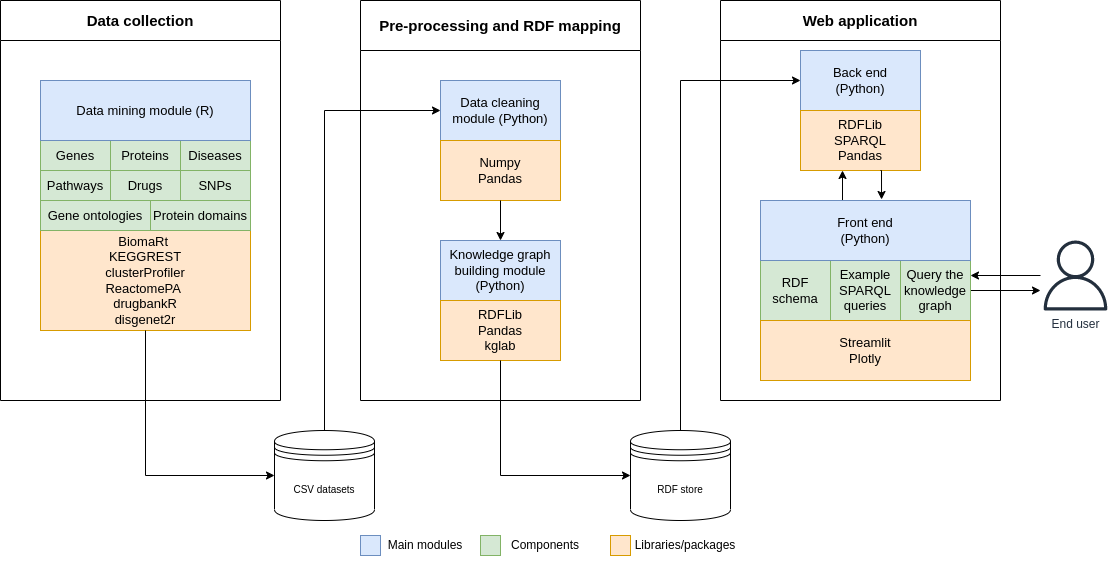
The draw.io diagram img/Architecture_NTDs2RDF.png in sayalaruano/NTDs2RDF, before a commit. Source tidied: cells renumbered, new cells last; positions are measured from the earlier drawing's top-left corner, leaving out a move shared by most shapes.
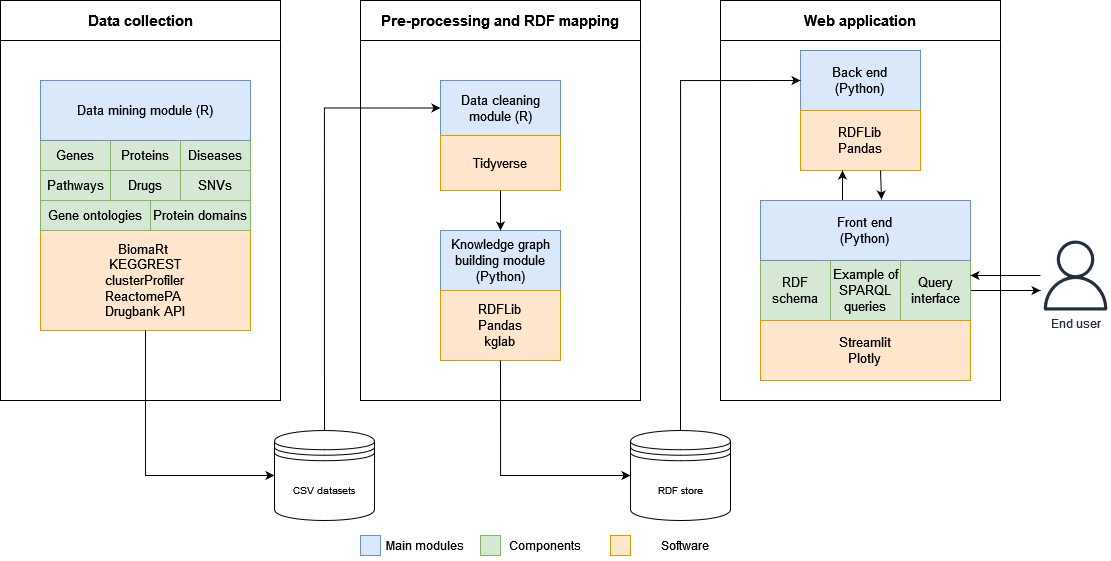
Later version of the same file.

Diff of the diagram source:
```diff
@@ -11,7 +11,7 @@
     <mxCell id="4" value="&lt;font style=&quot;font-size: 15px;&quot;&gt;Data collection&lt;/font&gt;" style="swimlane;whiteSpace=wrap;html=1;startSize=40;" parent="1" vertex="1">
       <mxGeometry width="280" height="400" as="geometry" />
     </mxCell>
-    <mxCell id="5" value="&lt;div style=&quot;font-size: 13px;&quot;&gt;BiomaRt&amp;nbsp;&lt;/div&gt;&lt;div style=&quot;font-size: 13px;&quot;&gt;KEGGREST&lt;/div&gt;&lt;div style=&quot;&quot;&gt;clusterProfiler&lt;br&gt;&lt;/div&gt;&lt;div style=&quot;&quot;&gt;ReactomePA&amp;nbsp;&lt;br&gt;&lt;/div&gt;&lt;div style=&quot;&quot;&gt;drugbankR&lt;/div&gt;&lt;div style=&quot;&quot;&gt;disgenet2r&lt;br&gt;&lt;/div&gt;" style="rounded=0;whiteSpace=wrap;html=1;fontSize=13;horizontal=1;fontFamily=Helvetica;fillColor=#ffe6cc;strokeColor=#d79b00;" parent="4" vertex="1">
+    <mxCell id="5" value="&lt;div style=&quot;font-size: 13px;&quot;&gt;BiomaRt&amp;nbsp;&lt;/div&gt;&lt;div style=&quot;font-size: 13px;&quot;&gt;KEGGREST&lt;/div&gt;&lt;div style=&quot;&quot;&gt;clusterProfiler&lt;br&gt;&lt;/div&gt;&lt;div style=&quot;&quot;&gt;ReactomePA&amp;nbsp;&lt;br&gt;&lt;/div&gt;&lt;div style=&quot;&quot;&gt;Drugbank API&lt;br&gt;&lt;/div&gt;" style="rounded=0;whiteSpace=wrap;html=1;fontSize=13;horizontal=1;fontFamily=Helvetica;fillColor=#ffe6cc;strokeColor=#d79b00;" parent="4" vertex="1">
       <mxGeometry x="40" y="230" width="210" height="100" as="geometry" />
     </mxCell>
     <mxCell id="6" value="Gene ontologies" style="rounded=0;whiteSpace=wrap;html=1;fontSize=13;fillColor=#d5e8d4;strokeColor=#82b366;" parent="4" vertex="1">
@@ -35,7 +35,7 @@
     <mxCell id="12" value="Drugs" style="rounded=0;whiteSpace=wrap;html=1;fontSize=13;fillColor=#d5e8d4;strokeColor=#82b366;" parent="7" vertex="1">
       <mxGeometry x="70" y="30" width="70" height="30" as="geometry" />
     </mxCell>
-    <mxCell id="13" value="SNPs" style="rounded=0;whiteSpace=wrap;html=1;fontSize=13;fillColor=#d5e8d4;strokeColor=#82b366;" parent="7" vertex="1">
+    <mxCell id="13" value="SNVs" style="rounded=0;whiteSpace=wrap;html=1;fontSize=13;fillColor=#d5e8d4;strokeColor=#82b366;" parent="7" vertex="1">
       <mxGeometry x="140" y="30" width="70" height="30" as="geometry" />
     </mxCell>
     <mxCell id="14" value="Protein domains" style="rounded=0;whiteSpace=wrap;html=1;fontSize=13;fillColor=#d5e8d4;strokeColor=#82b366;" parent="4" vertex="1">
@@ -44,26 +44,26 @@
     <mxCell id="15" value="Data mining module (R)" style="rounded=0;whiteSpace=wrap;html=1;fontSize=13;fillColor=#dae8fc;strokeColor=#6c8ebf;" parent="4" vertex="1">
       <mxGeometry x="40" y="80" width="210" height="60" as="geometry" />
     </mxCell>
-    <mxCell id="16" value="&lt;font style=&quot;font-size: 15px;&quot;&gt;Pre-processing and RDF mapping&lt;/font&gt;" style="swimlane;whiteSpace=wrap;html=1;startSize=50;" parent="1" vertex="1">
+    <mxCell id="16" value="&lt;font style=&quot;font-size: 15px;&quot;&gt;Pre-processing and RDF mapping&lt;/font&gt;" style="swimlane;whiteSpace=wrap;html=1;startSize=40;" parent="1" vertex="1">
       <mxGeometry x="360" width="280" height="400" as="geometry" />
     </mxCell>
     <mxCell id="17" style="group;" parent="16" vertex="1">
-      <mxGeometry x="80" y="80" width="120" height="120" as="geometry" />
+      <mxGeometry x="80" y="80" width="120" height="110" as="geometry" />
     </mxCell>
-    <mxCell id="18" value="Data cleaning module (Python)" style="rounded=0;whiteSpace=wrap;html=1;fontSize=13;fillColor=#dae8fc;strokeColor=#6c8ebf;" parent="17" vertex="1">
-      <mxGeometry width="120" height="60" as="geometry" />
+    <mxCell id="18" value="Data cleaning module (R)" style="rounded=0;whiteSpace=wrap;html=1;fontSize=13;fillColor=#dae8fc;strokeColor=#6c8ebf;" parent="17" vertex="1">
+      <mxGeometry width="120" height="55" as="geometry" />
     </mxCell>
-    <mxCell id="19" value="&lt;div style=&quot;font-size: 13px;&quot;&gt;&lt;font style=&quot;font-size: 13px;&quot;&gt;Numpy&lt;/font&gt;&lt;/div&gt;&lt;div style=&quot;font-size: 13px;&quot;&gt;&lt;font style=&quot;font-size: 13px;&quot;&gt;Pandas&lt;/font&gt;&lt;/div&gt;" style="rounded=0;whiteSpace=wrap;html=1;fontSize=13;horizontal=1;fontFamily=Helvetica;fillColor=#ffe6cc;strokeColor=#d79b00;" parent="17" vertex="1">
-      <mxGeometry y="60" width="120" height="60" as="geometry" />
+    <mxCell id="19" value="Tidyverse" style="rounded=0;whiteSpace=wrap;html=1;fontSize=13;horizontal=1;fontFamily=Helvetica;fillColor=#ffe6cc;strokeColor=#d79b00;" parent="17" vertex="1">
+      <mxGeometry y="55" width="120" height="55" as="geometry" />
     </mxCell>
     <mxCell id="20" style="group;" parent="16" vertex="1">
-      <mxGeometry x="80" y="240" width="120" height="120" as="geometry" />
+      <mxGeometry x="80" y="230" width="120" height="130" as="geometry" />
     </mxCell>
     <mxCell id="21" value="Knowledge graph building module (Python)" style="rounded=0;whiteSpace=wrap;html=1;fontSize=13;fillColor=#dae8fc;strokeColor=#6c8ebf;" parent="20" vertex="1">
       <mxGeometry width="120" height="60" as="geometry" />
     </mxCell>
     <mxCell id="22" value="&lt;div style=&quot;font-size: 13px;&quot;&gt;&lt;font style=&quot;font-size: 13px;&quot;&gt;RDFLib&lt;/font&gt;&lt;/div&gt;&lt;div style=&quot;font-size: 13px;&quot;&gt;&lt;span style=&quot;background-color: initial;&quot;&gt;Pandas&lt;/span&gt;&lt;br&gt;&lt;/div&gt;&lt;div style=&quot;font-size: 13px;&quot;&gt;&lt;span style=&quot;background-color: initial;&quot;&gt;kglab&lt;/span&gt;&lt;/div&gt;" style="rounded=0;whiteSpace=wrap;html=1;fontSize=13;horizontal=1;fontFamily=Helvetica;fillColor=#ffe6cc;strokeColor=#d79b00;" parent="20" vertex="1">
-      <mxGeometry y="60" width="120" height="60" as="geometry" />
+      <mxGeometry y="60" width="120" height="70" as="geometry" />
     </mxCell>
     <mxCell id="23" style="edgeStyle=orthogonalEdgeStyle;rounded=0;jettySize=auto;html=1;entryX=0.5;entryY=0;entryDx=0;entryDy=0;" parent="16" edge="1" source="19" target="21">
       <mxGeometry relative="1" as="geometry" />
@@ -77,7 +77,7 @@
     <mxCell id="26" value="Back end&lt;br&gt;(Python)" style="rounded=0;whiteSpace=wrap;html=1;fontSize=13;fillColor=#dae8fc;strokeColor=#6c8ebf;" parent="25" vertex="1">
       <mxGeometry width="120" height="60" as="geometry" />
     </mxCell>
-    <mxCell id="27" value="&lt;div style=&quot;font-size: 13px;&quot;&gt;&lt;font style=&quot;font-size: 13px;&quot;&gt;RDFLib&lt;/font&gt;&lt;/div&gt;&lt;div style=&quot;font-size: 13px;&quot;&gt;&lt;font style=&quot;font-size: 13px;&quot;&gt;SPARQL&lt;/font&gt;&lt;/div&gt;&lt;div style=&quot;font-size: 13px;&quot;&gt;&lt;font style=&quot;font-size: 13px;&quot;&gt;Pandas&lt;br style=&quot;font-size: 13px;&quot;&gt;&lt;/font&gt;&lt;/div&gt;" style="rounded=0;whiteSpace=wrap;html=1;fontSize=13;horizontal=1;fontFamily=Helvetica;fillColor=#ffe6cc;strokeColor=#d79b00;" parent="25" vertex="1">
+    <mxCell id="27" value="&lt;div style=&quot;font-size: 13px;&quot;&gt;&lt;font style=&quot;font-size: 13px;&quot;&gt;RDFLib&lt;/font&gt;&lt;/div&gt;&lt;div style=&quot;font-size: 13px;&quot;&gt;&lt;font style=&quot;font-size: 13px;&quot;&gt;Pandas&lt;br style=&quot;font-size: 13px;&quot;&gt;&lt;/font&gt;&lt;/div&gt;" style="rounded=0;whiteSpace=wrap;html=1;fontSize=13;horizontal=1;fontFamily=Helvetica;fillColor=#ffe6cc;strokeColor=#d79b00;" parent="25" vertex="1">
       <mxGeometry y="60" width="120" height="60" as="geometry" />
     </mxCell>
     <mxCell id="28" style="edgeStyle=orthogonalEdgeStyle;rounded=0;orthogonalLoop=1;jettySize=auto;html=1;" parent="24" edge="1">
@@ -95,7 +95,7 @@
     <mxCell id="30" value="RDF schema" style="rounded=0;whiteSpace=wrap;html=1;fontSize=13;fillColor=#d5e8d4;strokeColor=#82b366;" parent="24" vertex="1">
       <mxGeometry x="40" y="260" width="70" height="60" as="geometry" />
     </mxCell>
-    <mxCell id="31" value="Example SPARQL queries" style="rounded=0;whiteSpace=wrap;html=1;fontSize=13;fillColor=#d5e8d4;strokeColor=#82b366;" parent="24" vertex="1">
+    <mxCell id="31" value="Example of SPARQL queries" style="rounded=0;whiteSpace=wrap;html=1;fontSize=13;fillColor=#d5e8d4;strokeColor=#82b366;" parent="24" vertex="1">
       <mxGeometry x="110" y="260" width="70" height="60" as="geometry" />
     </mxCell>
     <mxCell id="32" style="edgeStyle=orthogonalEdgeStyle;rounded=0;jettySize=auto;html=1;" parent="24" edge="1" source="33">
@@ -103,7 +103,7 @@
         <mxPoint x="320" y="290" as="targetPoint" />
       </mxGeometry>
     </mxCell>
-    <mxCell id="33" value="Query the knowledge graph" style="rounded=0;whiteSpace=wrap;html=1;fontSize=13;fillColor=#d5e8d4;strokeColor=#82b366;" parent="24" vertex="1">
+    <mxCell id="33" value="Query interface" style="rounded=0;whiteSpace=wrap;html=1;fontSize=13;fillColor=#d5e8d4;strokeColor=#82b366;" parent="24" vertex="1">
       <mxGeometry x="180" y="260" width="70" height="60" as="geometry" />
     </mxCell>
     <mxCell id="34" value="Front end&lt;br&gt;(Python)" style="rounded=0;whiteSpace=wrap;html=1;fontSize=13;fillColor=#dae8fc;strokeColor=#6c8ebf;" parent="24" vertex="1">
@@ -162,7 +162,7 @@
     <mxCell id="49" style="rounded=0;whiteSpace=wrap;html=1;fillColor=#ffe6cc;strokeColor=#d79b00;" parent="48" vertex="1">
       <mxGeometry x="10" y="5" width="20" height="20" as="geometry" />
     </mxCell>
-    <mxCell id="50" value="Libraries/packages" style="text;strokeColor=none;align=center;fillColor=none;html=1;verticalAlign=middle;whiteSpace=wrap;rounded=0;" parent="48" vertex="1">
+    <mxCell id="50" value="Software" style="text;strokeColor=none;align=center;fillColor=none;html=1;verticalAlign=middle;whiteSpace=wrap;rounded=0;" parent="48" vertex="1">
       <mxGeometry x="40" width="90" height="30" as="geometry" />
     </mxCell>
   </root>
```
